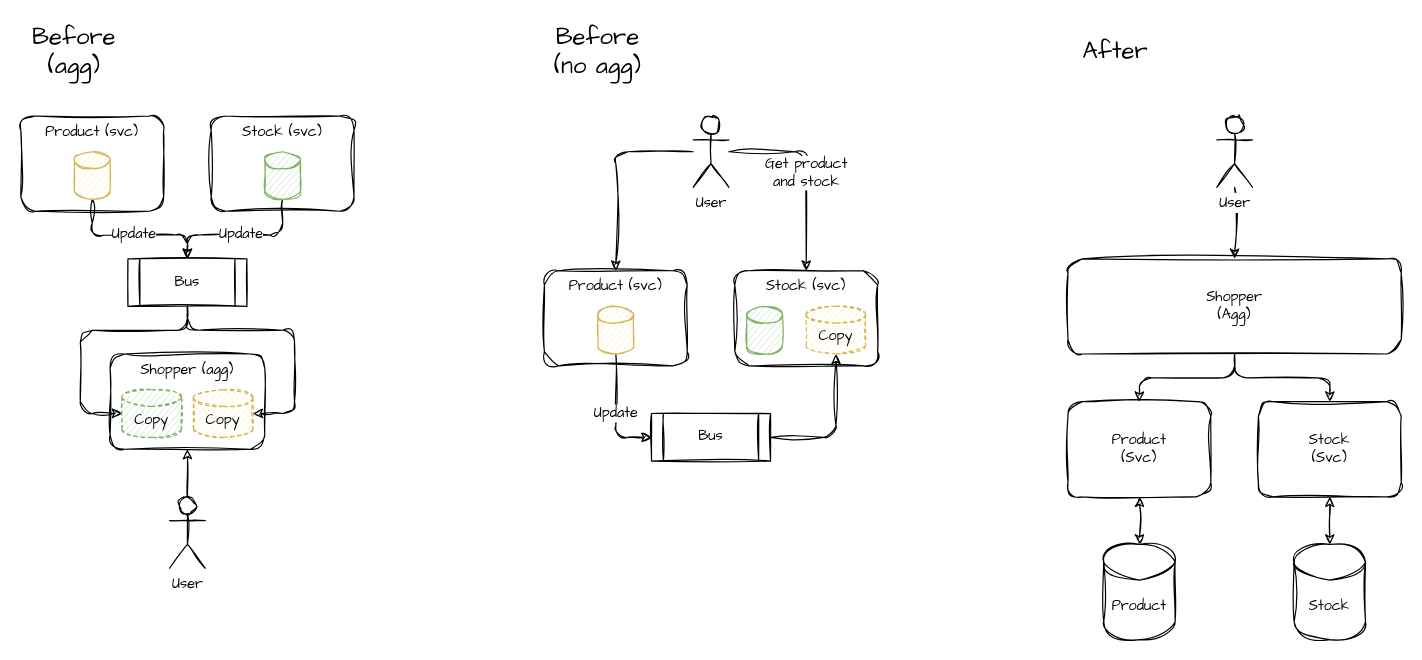
codingconcepts/architecture-simplification keeps this draw.io diagram as 001_fragile_data_integrations/tightly_coupled_services/diagram.drawio. Above is the earlier version. Source tidied: cells renumbered, new cells numbered last; positions are measured from the earlier drawing's top-left corner, leaving out a move shared by most shapes. Both pictures are drawn from the tidied source at 119%, with x=0, y=0 at pixel (20, 32).
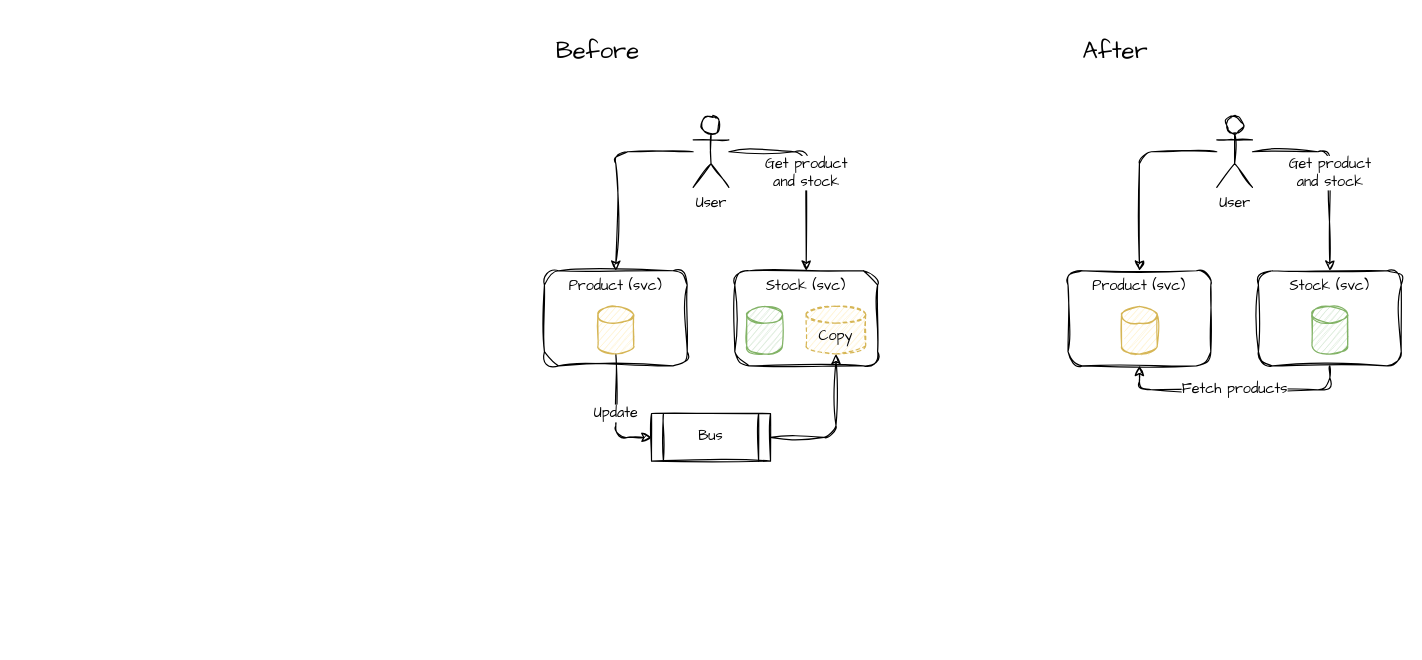
The same page after the edit.

Change to the diagram source:
```diff
@@
-    <mxCell id="2" style="edgeStyle=none;sketch=1;html=1;fontFamily=Architects Daughter;startArrow=classic;startFill=1;" parent="1" edge="1" source="3" target="8">
-      <mxGeometry relative="1" as="geometry" />
-    </mxCell>
-    <mxCell id="3" value="Stock&lt;br&gt;(Svc)" style="rounded=1;whiteSpace=wrap;html=1;sketch=1;curveFitting=1;jiggle=2;fillColor=none;fontFamily=Architects Daughter;shadow=0;glass=0;verticalAlign=middle;" parent="1" vertex="1">
-      <mxGeometry x="1040" y="310" width="120" height="80" as="geometry" />
-    </mxCell>
-    <mxCell id="4" value="Before&lt;br&gt;(agg)" style="text;html=1;strokeColor=none;fillColor=none;align=center;verticalAlign=middle;whiteSpace=wrap;rounded=0;sketch=1;fontFamily=Architects Daughter;fontSize=20;" parent="1" vertex="1">
-      <mxGeometry width="90" height="30" as="geometry" />
-    </mxCell>
-    <mxCell id="5" value="Product" style="shape=cylinder3;whiteSpace=wrap;html=1;boundedLbl=1;backgroundOutline=1;size=15;fillColor=none;fontFamily=Architects Daughter;sketch=1;curveFitting=1;jiggle=2;" parent="1" vertex="1">
-      <mxGeometry x="910" y="430" width="60" height="80" as="geometry" />
-    </mxCell>
-    <mxCell id="6" style="edgeStyle=none;html=1;fontFamily=Architects Daughter;sketch=1;curveFitting=1;jiggle=2;startArrow=classic;startFill=1;" parent="1" edge="1" source="7" target="5">
-      <mxGeometry relative="1" as="geometry" />
-    </mxCell>
-    <mxCell id="7" value="Product&lt;br&gt;(Svc)" style="rounded=1;whiteSpace=wrap;html=1;sketch=1;curveFitting=1;jiggle=2;fillColor=none;fontFamily=Architects Daughter;shadow=0;glass=0;verticalAlign=middle;" parent="1" vertex="1">
-      <mxGeometry x="880" y="310" width="120" height="80" as="geometry" />
-    </mxCell>
-    <mxCell id="8" value="Stock" style="shape=cylinder3;whiteSpace=wrap;html=1;boundedLbl=1;backgroundOutline=1;size=15;fillColor=none;sketch=1;curveFitting=1;jiggle=2;fontFamily=Architects Daughter;" parent="1" vertex="1">
-      <mxGeometry x="1070" y="430" width="60" height="80" as="geometry" />
-    </mxCell>
-    <mxCell id="9" style="edgeStyle=orthogonalEdgeStyle;html=1;fontFamily=Architects Daughter;startArrow=none;startFill=0;sketch=1;curveFitting=1;jiggle=2;" parent="1" edge="1" source="10" target="13">
-      <mxGeometry relative="1" as="geometry" />
-    </mxCell>
-    <mxCell id="10" value="&lt;span style=&quot;background-color: rgb(255, 255, 255);&quot;&gt;User&lt;/span&gt;" style="shape=umlActor;verticalLabelPosition=bottom;verticalAlign=top;html=1;outlineConnect=0;sketch=1;fontFamily=Architects Daughter;fillColor=none;" parent="1" vertex="1">
-      <mxGeometry x="1005" y="70" width="30" height="60" as="geometry" />
-    </mxCell>
-    <mxCell id="11" style="edgeStyle=orthogonalEdgeStyle;sketch=1;html=1;entryX=0.5;entryY=0;entryDx=0;entryDy=0;fontFamily=Architects Daughter;startArrow=none;startFill=0;" parent="1" edge="1" source="13" target="7">
-      <mxGeometry relative="1" as="geometry" />
-    </mxCell>
-    <mxCell id="12" style="edgeStyle=orthogonalEdgeStyle;sketch=1;html=1;fontFamily=Architects Daughter;startArrow=none;startFill=0;" parent="1" edge="1" source="13" target="3">
-      <mxGeometry relative="1" as="geometry" />
-    </mxCell>
-    <mxCell id="13" value="Shopper&lt;br&gt;(Agg)" style="rounded=1;whiteSpace=wrap;html=1;sketch=1;curveFitting=1;jiggle=2;fillColor=none;fontFamily=Architects Daughter;shadow=0;glass=0;verticalAlign=middle;" parent="1" vertex="1">
-      <mxGeometry x="880" y="190" width="280" height="80" as="geometry" />
-    </mxCell>
@@
-    <mxCell id="15" value="Shopper (agg)" style="rounded=1;whiteSpace=wrap;html=1;sketch=1;curveFitting=1;jiggle=2;fillColor=none;fontFamily=Architects Daughter;verticalAlign=top;" parent="1" vertex="1">
-      <mxGeometry x="75" y="270" width="130" height="80" as="geometry" />
-    </mxCell>
-    <mxCell id="16" value="Product (svc)" style="rounded=1;whiteSpace=wrap;html=1;sketch=1;curveFitting=1;jiggle=2;fillColor=none;fontFamily=Architects Daughter;shadow=0;glass=0;verticalAlign=top;" parent="1" vertex="1">
-      <mxGeometry y="70" width="120" height="80" as="geometry" />
-    </mxCell>
-    <mxCell id="17" value="Update" style="edgeStyle=orthogonalEdgeStyle;sketch=1;hachureGap=4;jiggle=2;curveFitting=1;html=1;exitX=0.5;exitY=1;exitDx=0;exitDy=0;exitPerimeter=0;entryX=0.5;entryY=0;entryDx=0;entryDy=0;fontFamily=Architects Daughter;fontSize=12;" parent="1" edge="1" source="18" target="23">
-      <mxGeometry relative="1" as="geometry">
-        <Array as="points">
-          <mxPoint x="60" y="170" />
-          <mxPoint x="140" y="170" />
-        </Array>
-      </mxGeometry>
-    </mxCell>
-    <mxCell id="18" style="shape=cylinder3;whiteSpace=wrap;html=1;boundedLbl=1;backgroundOutline=1;size=7;shadow=0;glass=0;sketch=1;fontFamily=Architects Daughter;fillColor=#fff2cc;strokeColor=#d6b656;" parent="1" vertex="1">
-      <mxGeometry x="45" y="100" width="30" height="40" as="geometry" />
-    </mxCell>
-    <mxCell id="19" style="edgeStyle=orthogonalEdgeStyle;sketch=1;html=1;entryX=0.5;entryY=1;entryDx=0;entryDy=0;startArrow=none;startFill=0;endArrow=classic;endFill=1;" parent="1" edge="1" source="20" target="15">
-      <mxGeometry relative="1" as="geometry" />
-    </mxCell>
-    <mxCell id="20" value="User" style="shape=umlActor;verticalLabelPosition=bottom;verticalAlign=top;html=1;outlineConnect=0;shadow=0;glass=0;sketch=1;fontFamily=Architects Daughter;fillColor=none;" parent="1" vertex="1">
-      <mxGeometry x="125" y="390" width="30" height="60" as="geometry" />
-    </mxCell>
-    <mxCell id="21" style="edgeStyle=orthogonalEdgeStyle;sketch=1;hachureGap=4;jiggle=2;curveFitting=1;html=1;exitX=0.5;exitY=1;exitDx=0;exitDy=0;entryX=0;entryY=0.5;entryDx=0;entryDy=0;entryPerimeter=0;fontFamily=Architects Daughter;fontSize=12;" parent="1" edge="1" source="23" target="28">
-      <mxGeometry relative="1" as="geometry">
-        <Array as="points">
-          <mxPoint x="140" y="250" />
-          <mxPoint x="50" y="250" />
-          <mxPoint x="50" y="320" />
-        </Array>
-      </mxGeometry>
-    </mxCell>
-    <mxCell id="22" style="edgeStyle=orthogonalEdgeStyle;sketch=1;hachureGap=4;jiggle=2;curveFitting=1;html=1;entryX=1;entryY=0.5;entryDx=0;entryDy=0;entryPerimeter=0;fontFamily=Architects Daughter;fontSize=12;" parent="1" edge="1" source="23" target="24">
-      <mxGeometry relative="1" as="geometry">
-        <Array as="points">
-          <mxPoint x="140" y="250" />
-          <mxPoint x="230" y="250" />
-          <mxPoint x="230" y="320" />
-        </Array>
-      </mxGeometry>
-    </mxCell>
-    <mxCell id="23" value="Bus" style="shape=process;whiteSpace=wrap;html=1;backgroundOutline=1;shadow=0;glass=0;sketch=1;fontFamily=Architects Daughter;fillColor=none;" parent="1" vertex="1">
-      <mxGeometry x="90" y="190" width="100" height="40" as="geometry" />
-    </mxCell>
-    <mxCell id="24" value="Copy" style="shape=cylinder3;whiteSpace=wrap;html=1;boundedLbl=1;backgroundOutline=1;size=7;shadow=0;glass=0;sketch=1;fontFamily=Architects Daughter;fillColor=#fff2cc;strokeColor=#d6b656;dashed=1;" parent="1" vertex="1">
-      <mxGeometry x="145" y="300" width="50" height="40" as="geometry" />
-    </mxCell>
-    <mxCell id="25" value="Stock (svc)" style="rounded=1;whiteSpace=wrap;html=1;sketch=1;curveFitting=1;jiggle=2;fillColor=none;fontFamily=Architects Daughter;shadow=0;glass=0;verticalAlign=top;" parent="1" vertex="1">
-      <mxGeometry x="160" y="70" width="120" height="80" as="geometry" />
-    </mxCell>
-    <mxCell id="26" value="Update" style="edgeStyle=orthogonalEdgeStyle;sketch=1;hachureGap=4;jiggle=2;curveFitting=1;html=1;entryX=0.5;entryY=0;entryDx=0;entryDy=0;fontFamily=Architects Daughter;fontSize=12;" parent="1" edge="1" source="27" target="23">
-      <mxGeometry relative="1" as="geometry">
-        <Array as="points">
-          <mxPoint x="220" y="170" />
-          <mxPoint x="140" y="170" />
-        </Array>
-      </mxGeometry>
-    </mxCell>
-    <mxCell id="27" style="shape=cylinder3;whiteSpace=wrap;html=1;boundedLbl=1;backgroundOutline=1;size=7;shadow=0;glass=0;sketch=1;fontFamily=Architects Daughter;fillColor=#d5e8d4;strokeColor=#82b366;" parent="1" vertex="1">
-      <mxGeometry x="205" y="100" width="30" height="40" as="geometry" />
-    </mxCell>
-    <mxCell id="28" value="Copy" style="shape=cylinder3;whiteSpace=wrap;html=1;boundedLbl=1;backgroundOutline=1;size=7;shadow=0;glass=0;sketch=1;fontFamily=Architects Daughter;fillColor=#d5e8d4;strokeColor=#82b366;dashed=1;" parent="1" vertex="1">
-      <mxGeometry x="85" y="300" width="50" height="40" as="geometry" />
-    </mxCell>
-    <mxCell id="29" value="Before&lt;br&gt;(no agg)" style="text;html=1;strokeColor=none;fillColor=none;align=center;verticalAlign=middle;whiteSpace=wrap;rounded=0;sketch=1;fontFamily=Architects Daughter;fontSize=20;" parent="1" vertex="1">
+    <mxCell id="29" value="Before" style="text;html=1;strokeColor=none;fillColor=none;align=center;verticalAlign=middle;whiteSpace=wrap;rounded=0;sketch=1;fontFamily=Architects Daughter;fontSize=20;" parent="1" vertex="1">
       <mxGeometry x="440" width="90" height="30" as="geometry" />
     </mxCell>
@@
+    <mxCell id="16" value="Product (svc)" style="rounded=1;whiteSpace=wrap;html=1;sketch=1;curveFitting=1;jiggle=2;fillColor=none;fontFamily=Architects Daughter;shadow=0;glass=0;verticalAlign=top;" parent="1" vertex="1">
+      <mxGeometry x="880" y="200" width="120" height="80" as="geometry" />
+    </mxCell>
+    <mxCell id="41" style="shape=cylinder3;whiteSpace=wrap;html=1;boundedLbl=1;backgroundOutline=1;size=7;shadow=0;glass=0;sketch=1;fontFamily=Architects Daughter;fillColor=#fff2cc;strokeColor=#d6b656;" parent="1" vertex="1">
+      <mxGeometry x="925" y="230" width="30" height="40" as="geometry" />
+    </mxCell>
+    <mxCell id="42" style="edgeStyle=orthogonalEdgeStyle;sketch=1;hachureGap=4;jiggle=2;curveFitting=1;html=1;entryX=0.5;entryY=0;entryDx=0;entryDy=0;fontFamily=Architects Daughter;fontSize=12;" parent="1" edge="1" source="20" target="16">
+      <mxGeometry relative="1" as="geometry" />
+    </mxCell>
+    <mxCell id="43" value="Get product&lt;br&gt;and stock" style="edgeStyle=orthogonalEdgeStyle;sketch=1;hachureGap=4;jiggle=2;curveFitting=1;html=1;entryX=0.5;entryY=0;entryDx=0;entryDy=0;fontFamily=Architects Daughter;fontSize=12;" parent="1" edge="1" source="20" target="25">
+      <mxGeometry x="0.01" relative="1" as="geometry" />
+    </mxCell>
+    <mxCell id="20" value="User" style="shape=umlActor;verticalLabelPosition=bottom;verticalAlign=top;html=1;outlineConnect=0;shadow=0;glass=0;sketch=1;fontFamily=Architects Daughter;fillColor=none;" parent="1" vertex="1">
+      <mxGeometry x="1005" y="70" width="30" height="60" as="geometry" />
+    </mxCell>
+    <mxCell id="44" value="Fetch products" style="edgeStyle=orthogonalEdgeStyle;sketch=1;hachureGap=4;jiggle=2;curveFitting=1;html=1;exitX=0.5;exitY=1;exitDx=0;exitDy=0;entryX=0.5;entryY=1;entryDx=0;entryDy=0;fontFamily=Architects Daughter;fontSize=12;" parent="1" edge="1" source="25" target="16">
+      <mxGeometry relative="1" as="geometry">
+        <Array as="points">
+          <mxPoint x="1100" y="300" />
+          <mxPoint x="940" y="300" />
+        </Array>
+      </mxGeometry>
+    </mxCell>
+    <mxCell id="25" value="Stock (svc)" style="rounded=1;whiteSpace=wrap;html=1;sketch=1;curveFitting=1;jiggle=2;fillColor=none;fontFamily=Architects Daughter;shadow=0;glass=0;verticalAlign=top;" parent="1" vertex="1">
+      <mxGeometry x="1040" y="200" width="120" height="80" as="geometry" />
+    </mxCell>
+    <mxCell id="45" style="shape=cylinder3;whiteSpace=wrap;html=1;boundedLbl=1;backgroundOutline=1;size=7;shadow=0;glass=0;sketch=1;fontFamily=Architects Daughter;fillColor=#d5e8d4;strokeColor=#82b366;" parent="1" vertex="1">
+      <mxGeometry x="1085" y="230" width="30" height="40" as="geometry" />
+    </mxCell>
```
